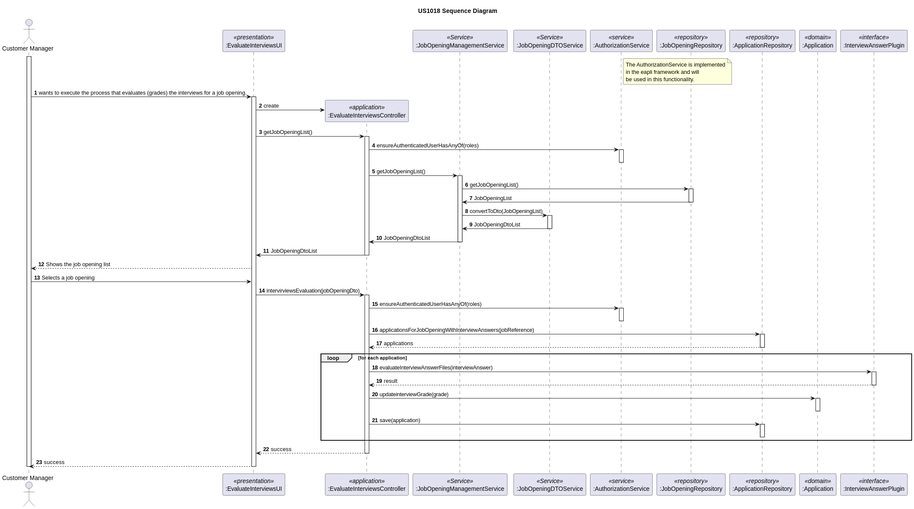
The PlantUML diagram docs/sprint-c/us_1018/sd/sd-us-1018.svg in rita-barbosa/LAPR4-2324, before a commit. Source of this version:
```plantuml
@startuml
autonumber

title US1018 Sequence Diagram

actor "Customer Manager" as CustomerManager

participant ":EvaluateInterviewsUI" as UI <<presentation>>
participant ":EvaluateInterviewsController" as CTRL <<application>>
participant ":JobOpeningManagementService" as JobOpeningService <<Service>>
participant ":JobOpeningDTOService" as JobOpeningDTOService <<Service>>
participant ":AuthorizationService" as AUTHZ <<service>>
participant ":JobOpeningRepository" as JobOpeningRepository <<repository>>
participant ":ApplicationRepository" as ApplicationRepository <<repository>>
participant ":Application" as application <<domain>>


participant ":InterviewAnswerPlugin" as interviewPlugin <<interface>>

note right AUTHZ
The AuthorizationService is implemented
in the eapli framework and will
be used in this functionality.
end note

activate CustomerManager

CustomerManager -> UI : wants to execute the process that evaluates (grades) the interviews for a job opening.
activate UI

UI -> CTRL**: create

UI -> CTRL: getJobOpeningList()
activate CTRL
CTRL -> AUTHZ:  ensureAuthenticatedUserHasAnyOf(roles)
activate AUTHZ
deactivate AUTHZ
CTRL ->JobOpeningService: getJobOpeningList()
    activate JobOpeningService
        JobOpeningService -> JobOpeningRepository: getJobOpeningList()

        activate JobOpeningRepository
            JobOpeningRepository -> JobOpeningService: JobOpeningList
        deactivate JobOpeningRepository

        JobOpeningService-> JobOpeningDTOService: convertToDto(JobOpeningList)
        activate JobOpeningDTOService
            JobOpeningDTOService -> JobOpeningService:JobOpeningDtoList
        deactivate JobOpeningDTOService
        JobOpeningService -> CTRL: JobOpeningDtoList
    deactivate JobOpeningService
    CTRL -> UI: JobOpeningDtoList
deactivate CTRL

UI--> CustomerManager: Shows the job opening list
CustomerManager-> UI: Selects a job opening

UI->CTRL: intervirviewsEvaluation(jobOpeningDto)
activate CTRL
    CTRL -> AUTHZ:  ensureAuthenticatedUserHasAnyOf(roles)
    activate AUTHZ
    deactivate AUTHZ

    CTRL -> ApplicationRepository: applicationsForJobOpeningWithInterviewAnswers(jobReference)
    activate ApplicationRepository
        ApplicationRepository --> CTRL: applications
    deactivate ApplicationRepository

    loop for each application
        CTRL -> interviewPlugin: evaluateInterviewAnswerFiles(interviewAnswer)
        activate interviewPlugin
            interviewPlugin --> CTRL: result
        deactivate interviewPlugin

        CTRL -> application: updateinterviewGrade(grade)
        activate application
        deactivate application

        CTRL -> ApplicationRepository: save(application)
        activate ApplicationRepository
        deactivate ApplicationRepository
    end loop

    CTRL--> UI: success
deactivate CTRL
UI --> CustomerManager: success
deactivate UI
deactivate CustomerManager
@enduml
```
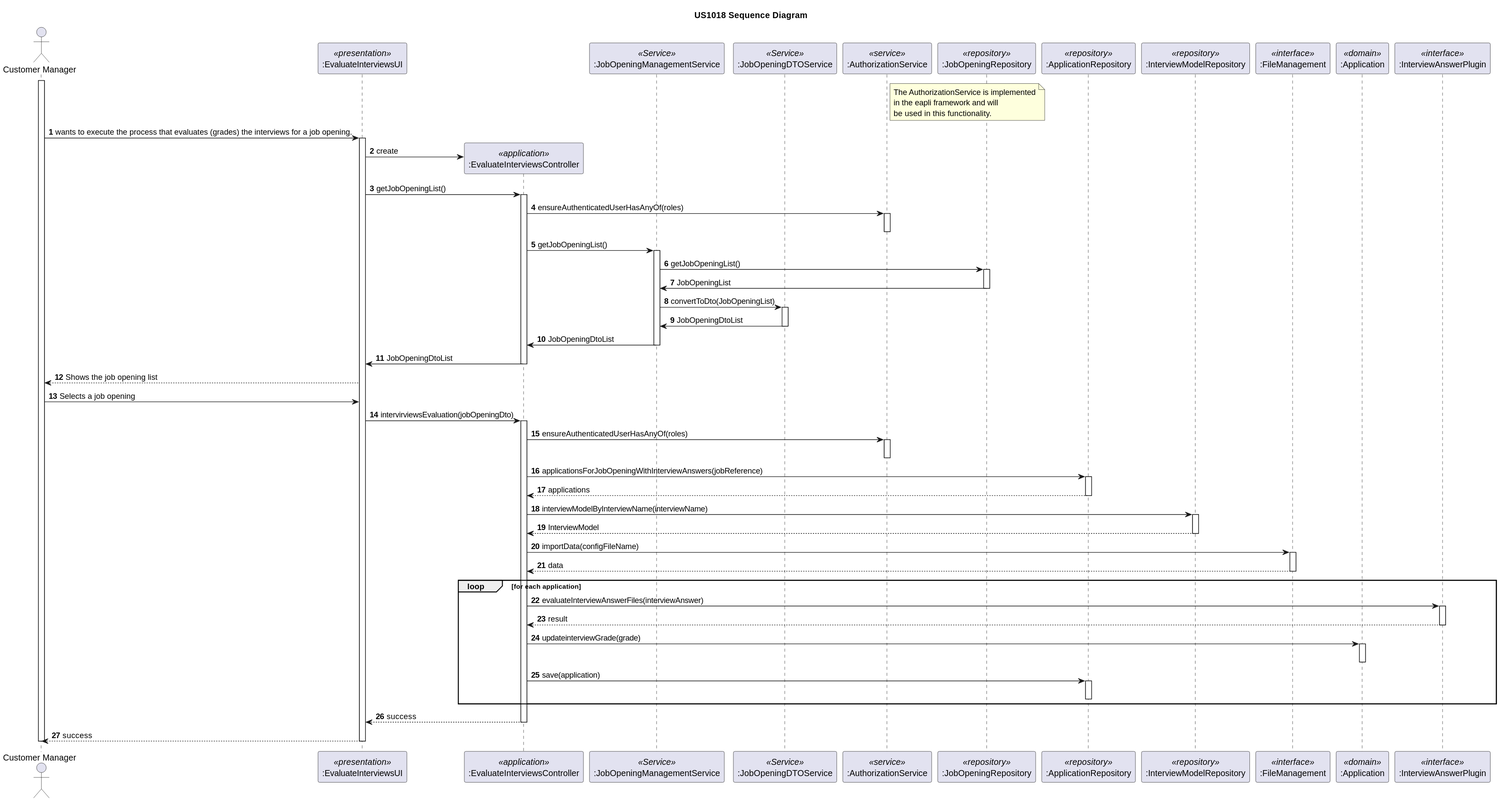
Above is the later version.

The edit, as a diff of the source:
```diff
@@ -12,6 +12,10 @@
 participant ":AuthorizationService" as AUTHZ <<service>>
 participant ":JobOpeningRepository" as JobOpeningRepository <<repository>>
 participant ":ApplicationRepository" as ApplicationRepository <<repository>>
+participant ":InterviewModelRepository" as InterviewRepository <<repository>>
+participant ":FileManagement" as FM <<interface>>
+
+
 participant ":Application" as application <<domain>>
 
 
@@ -65,6 +69,15 @@
     activate ApplicationRepository
         ApplicationRepository --> CTRL: applications
     deactivate ApplicationRepository
+    CTRL -> InterviewRepository: interviewModelByInterviewName(interviewName)
+    activate InterviewRepository
+        InterviewRepository --> CTRL: InterviewModel
+    deactivate InterviewRepository
+
+    CTRL -> FM: importData(configFileName)
+    activate FM
+        FM --> CTRL: data
+    deactivate FM
 
     loop for each application
         CTRL -> interviewPlugin: evaluateInterviewAnswerFiles(interviewAnswer)
```
